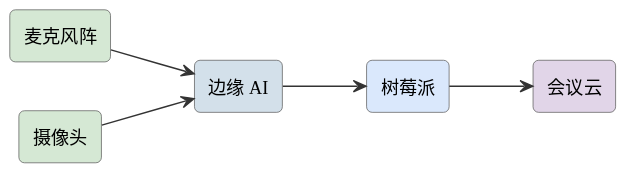
Earlier version of the PlantUML export assets/diagrams/ideas-fig121.svg (mingyi0818/IntelligentMcuCourse).
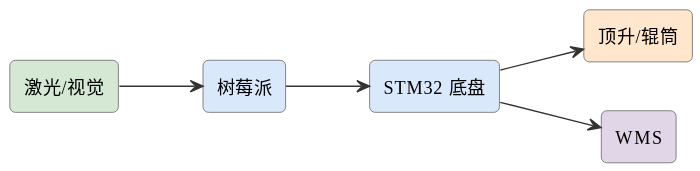
After the change.

The edit, as a diff of the source:
```diff
@@ -6,13 +6,13 @@
 skinparam arrowFontSize 11
 skinparam arrowColor #333
 left to right direction
-rectangle "麦克风阵" as mic #d5e8d4
-rectangle "摄像头" as cam #d5e8d4
-rectangle "边缘 AI" as ai #d3e0ea
+rectangle "激光/视觉" as nav #d5e8d4
 rectangle "树莓派" as pi #dae8fc
-rectangle "会议云" as cloud #e1d5e8
-mic --> ai
-cam --> ai
-ai --> pi
-pi --> cloud
+rectangle "STM32 底盘" as stm #dae8fc
+rectangle "顶升/辊筒" as lift #ffe6cc
+rectangle "WMS" as wms #e1d5e8
+nav --> pi
+pi --> stm
+stm --> lift
+stm --> wms
 @enduml
```
